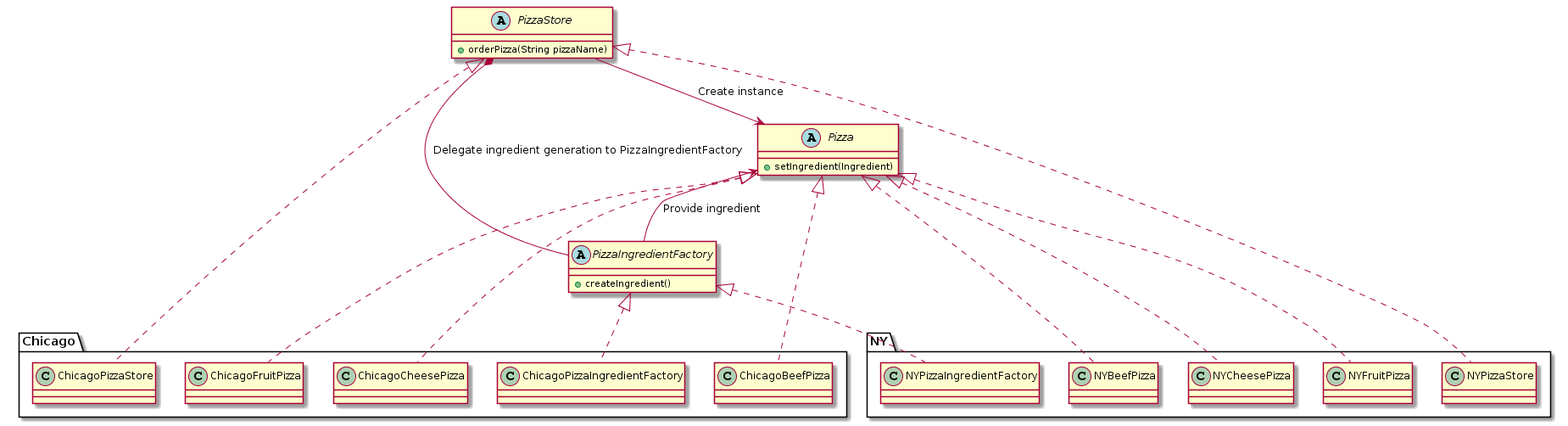
The PlantUML diagram readme_images/c04_FactoryMethodPattern.png in smileff/HeadFirstDesignPatterns, before a commit.
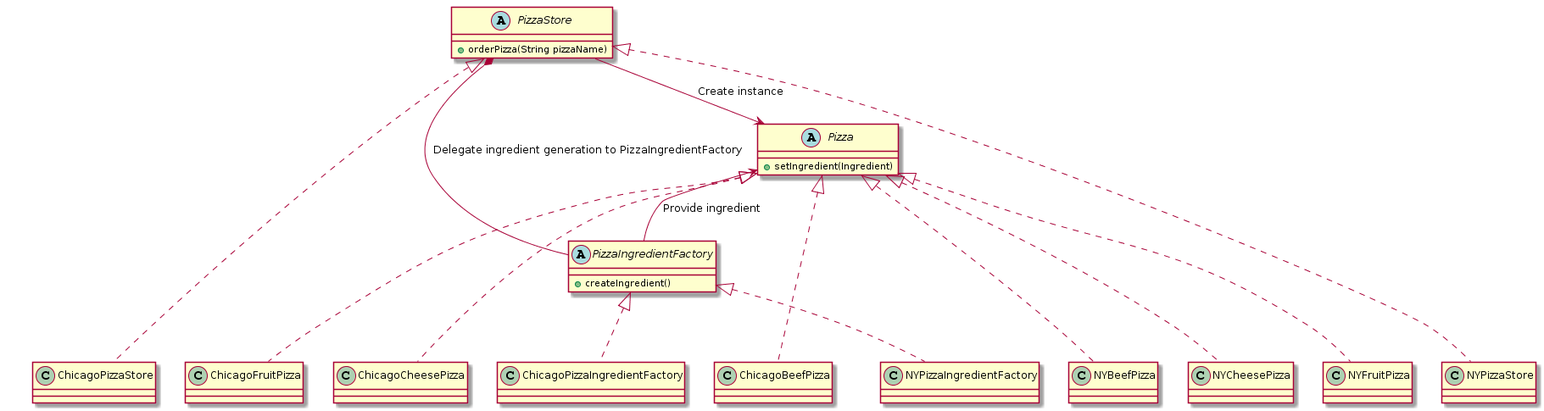
Later version of the same file.

Commit message:
* Replace the class diagram of the factory method pattern.

What changed in the source:
```diff
@@ -16,7 +16,7 @@
 PizzaStore --> Pizza : Create instance
 Pizza <-- PizzaIngredientFactory : Provide ingredient
 
-Package NY {
+together NY {
     Pizza <|.. NYCheesePizza
     Pizza <|.. NYBeefPizza
     Pizza <|.. NYFruitPizza
@@ -24,7 +24,7 @@
     PizzaStore <|.. NYPizzaStore
 }
 
-Package Chicago {
+together Chicago {
     Pizza <|.. ChicagoCheesePizza
     Pizza <|.. ChicagoBeefPizza
     Pizza <|.. ChicagoFruitPizza
```
